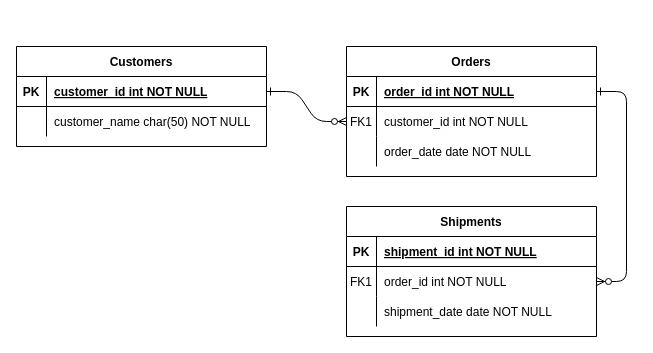
vctramon/Hospital keeps this draw.io diagram as hospitalPart1.drawio. Above is the earlier version. Source tidied: cells renumbered, new cells numbered last; positions are measured from the earlier drawing's top-left corner, leaving out a move shared by most shapes. Both pictures are drawn from the tidied source at 100%, with x=0, y=0 at pixel (16, 46).
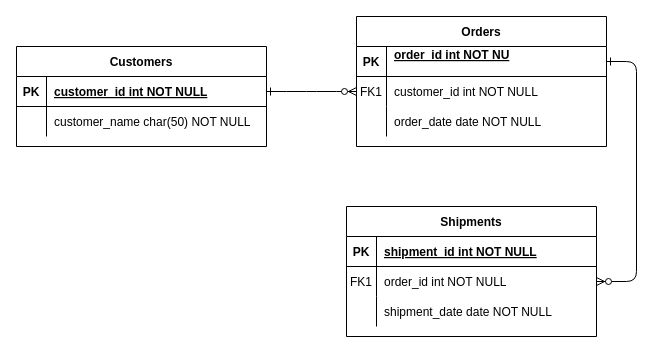
Above is the later version.

The change refers to these unchanged cells:
```xml
<mxCell id="5" style="shape=partialRectangle;fillColor=none;points=[[0,0.5],[1,0.5]];portConstraint=eastwest;top=0;left=0;right=0;bottom=1;" parent="4" vertex="1">
  <mxGeometry y="30" width="250" height="30" as="geometry" />
</mxCell>
```

The edit, as a diff of the source:
```diff
@@
     <mxCell id="4" value="Orders" style="shape=table;startSize=30;childLayout=tableLayout;rowLines=0;fontStyle=1;align=center;" parent="1" vertex="1">
-      <mxGeometry x="330" width="250" height="130" as="geometry" />
+      <mxGeometry x="340" y="-30" width="250" height="130" as="geometry" />
     </mxCell>
@@
-    <mxCell id="7" value="order_id int NOT NULL " style="shape=partialRectangle;overflow=hidden;fillColor=none;top=0;left=0;bottom=0;right=0;align=left;spacingLeft=6;fontStyle=5;" parent="5" vertex="1">
+    <mxCell id="7" value="order_id int NOT NU&#10;" style="shape=partialRectangle;overflow=hidden;fillColor=none;top=0;left=0;bottom=0;right=0;align=left;spacingLeft=6;fontStyle=5;" parent="5" vertex="1">
       <mxGeometry x="30" width="220" height="30" as="geometry" />
     </mxCell>
```
